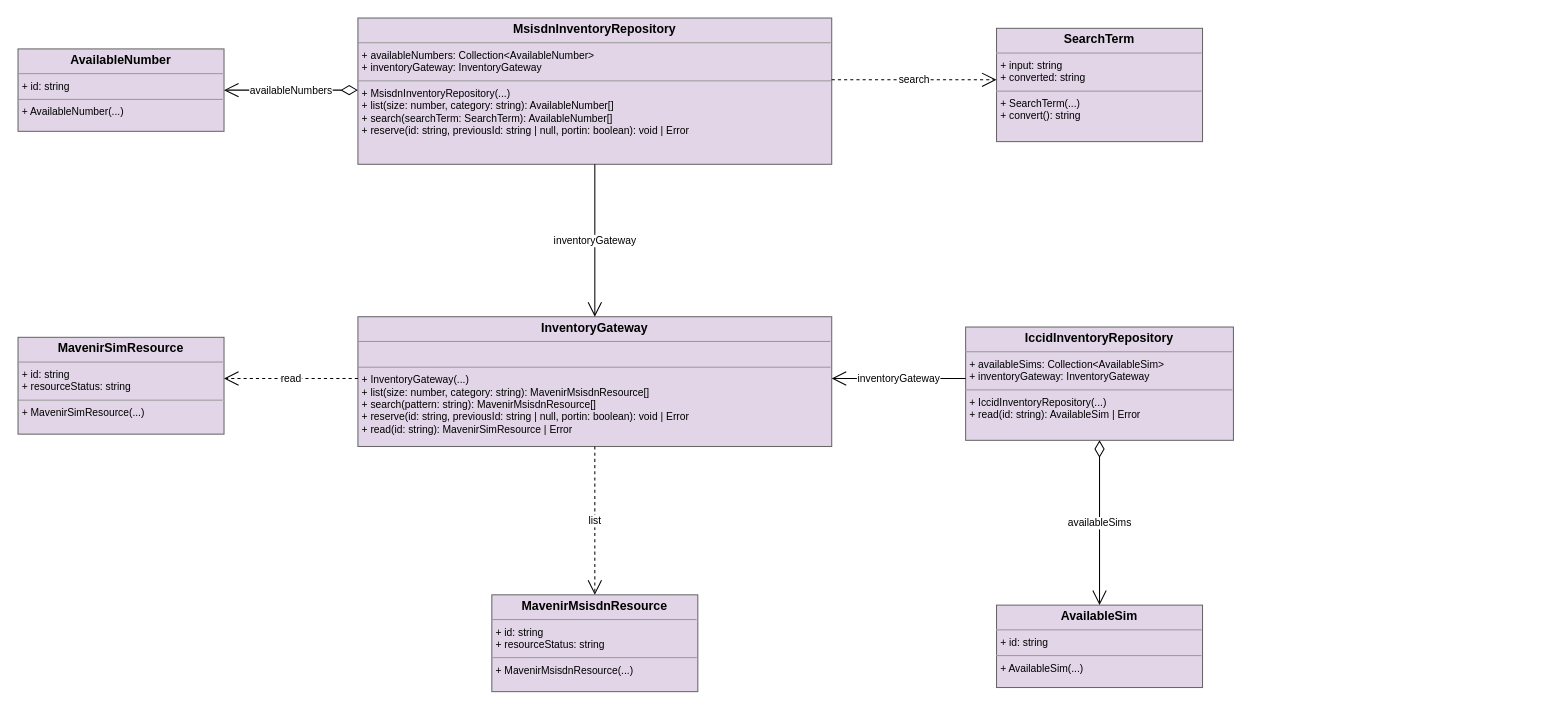
Before: cdd_guidance/practices/clean_engineering/model/_examples/actual/from-drawio/to-drawio/number/numbers.drawio in abd-works/abd-context-driven-delivery, a draw.io diagram. Source tidied: cells renumbered, new cells numbered last; positions are measured from the earlier drawing's top-left corner, leaving out a move shared by most shapes. Both pictures are drawn from the tidied source at 103%, with x=0, y=0 at pixel (18, 18).
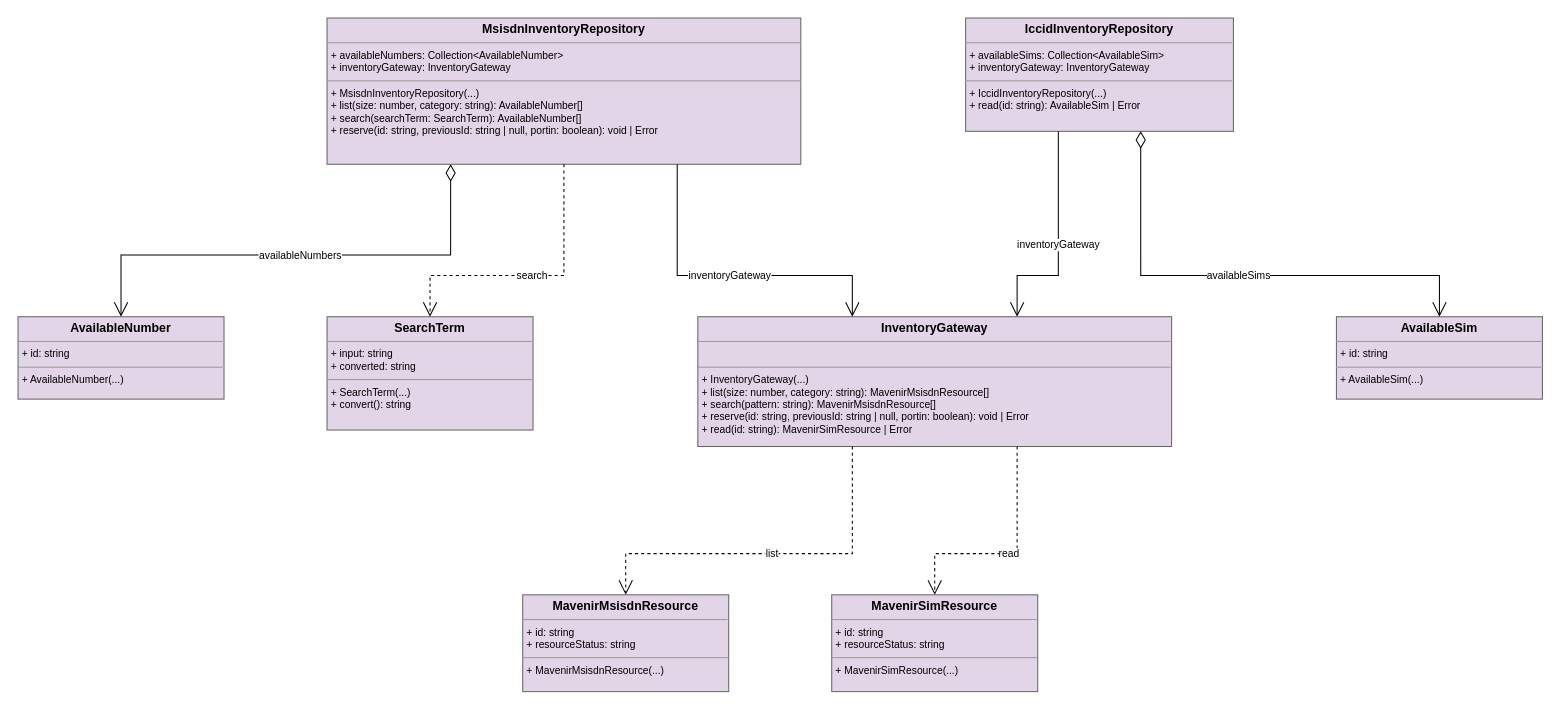
The same page after the edit.

What changed in the source:
```diff
@@
     <mxCell id="2" value="&lt;p style=&quot;margin:0px;margin-top:4px;text-align:center;&quot;&gt;&lt;b&gt;MsisdnInventoryRepository&lt;/b&gt;&lt;/p&gt;&lt;hr size=&quot;1&quot;/&gt;&lt;p style=&quot;margin:0px;margin-left:4px;font-size:10px;&quot;&gt;+ availableNumbers: Collection&amp;lt;AvailableNumber&amp;gt;&lt;br/&gt;+ inventoryGateway: InventoryGateway&lt;br/&gt;&lt;/p&gt;&lt;hr size=&quot;1&quot;/&gt;&lt;p style=&quot;margin:0px;margin-left:4px;font-size:10px;&quot;&gt;+ MsisdnInventoryRepository(...)&lt;br/&gt;+ list(size: number, category: string): AvailableNumber[]&lt;br/&gt;+ search(searchTerm: SearchTerm): AvailableNumber[]&lt;br/&gt;+ reserve(id: string, previousId: string | null, portin: boolean): void | Error&lt;br/&gt;&lt;/p&gt;" style="verticalAlign=top;align=left;overflow=fill;fontSize=12;fontFamily=Helvetica;html=1;whiteSpace=wrap;fillColor=#e1d5e7;strokeColor=#666666;module=Numbers and SIMs;" parent="1" vertex="1">
-      <mxGeometry x="330" width="460" height="142" as="geometry" />
+      <mxGeometry x="300" width="460" height="142" as="geometry" />
     </mxCell>
     <mxCell id="3" value="&lt;p style=&quot;margin:0px;margin-top:4px;text-align:center;&quot;&gt;&lt;b&gt;IccidInventoryRepository&lt;/b&gt;&lt;/p&gt;&lt;hr size=&quot;1&quot;/&gt;&lt;p style=&quot;margin:0px;margin-left:4px;font-size:10px;&quot;&gt;+ availableSims: Collection&amp;lt;AvailableSim&amp;gt;&lt;br/&gt;+ inventoryGateway: InventoryGateway&lt;br/&gt;&lt;/p&gt;&lt;hr size=&quot;1&quot;/&gt;&lt;p style=&quot;margin:0px;margin-left:4px;font-size:10px;&quot;&gt;+ IccidInventoryRepository(...)&lt;br/&gt;+ read(id: string): AvailableSim | Error&lt;br/&gt;&lt;/p&gt;" style="verticalAlign=top;align=left;overflow=fill;fontSize=12;fontFamily=Helvetica;html=1;whiteSpace=wrap;fillColor=#e1d5e7;strokeColor=#666666;module=Numbers and SIMs;" parent="1" vertex="1">
-      <mxGeometry x="920" y="300" width="260" height="110" as="geometry" />
+      <mxGeometry x="920" width="260" height="110" as="geometry" />
     </mxCell>
     <mxCell id="4" value="&lt;p style=&quot;margin:0px;margin-top:4px;text-align:center;&quot;&gt;&lt;b&gt;AvailableNumber&lt;/b&gt;&lt;/p&gt;&lt;hr size=&quot;1&quot;/&gt;&lt;p style=&quot;margin:0px;margin-left:4px;font-size:10px;&quot;&gt;+ id: string&lt;br/&gt;&lt;/p&gt;&lt;hr size=&quot;1&quot;/&gt;&lt;p style=&quot;margin:0px;margin-left:4px;font-size:10px;&quot;&gt;+ AvailableNumber(...)&lt;br/&gt;&lt;/p&gt;" style="verticalAlign=top;align=left;overflow=fill;fontSize=12;fontFamily=Helvetica;html=1;whiteSpace=wrap;fillColor=#e1d5e7;strokeColor=#666666;module=Numbers and SIMs;" parent="1" vertex="1">
-      <mxGeometry y="30" width="200" height="80" as="geometry" />
+      <mxGeometry y="290" width="200" height="80" as="geometry" />
     </mxCell>
     <mxCell id="5" value="&lt;p style=&quot;margin:0px;margin-top:4px;text-align:center;&quot;&gt;&lt;b&gt;AvailableSim&lt;/b&gt;&lt;/p&gt;&lt;hr size=&quot;1&quot;/&gt;&lt;p style=&quot;margin:0px;margin-left:4px;font-size:10px;&quot;&gt;+ id: string&lt;br/&gt;&lt;/p&gt;&lt;hr size=&quot;1&quot;/&gt;&lt;p style=&quot;margin:0px;margin-left:4px;font-size:10px;&quot;&gt;+ AvailableSim(...)&lt;br/&gt;&lt;/p&gt;" style="verticalAlign=top;align=left;overflow=fill;fontSize=12;fontFamily=Helvetica;html=1;whiteSpace=wrap;fillColor=#e1d5e7;strokeColor=#666666;module=Numbers and SIMs;" parent="1" vertex="1">
-      <mxGeometry x="950" y="570" width="200" height="80" as="geometry" />
+      <mxGeometry x="1280" y="290" width="200" height="80" as="geometry" />
     </mxCell>
     <mxCell id="6" value="&lt;p style=&quot;margin:0px;margin-top:4px;text-align:center;&quot;&gt;&lt;b&gt;SearchTerm&lt;/b&gt;&lt;/p&gt;&lt;hr size=&quot;1&quot;/&gt;&lt;p style=&quot;margin:0px;margin-left:4px;font-size:10px;&quot;&gt;+ input: string&lt;br/&gt;+ converted: string&lt;br/&gt;&lt;/p&gt;&lt;hr size=&quot;1&quot;/&gt;&lt;p style=&quot;margin:0px;margin-left:4px;font-size:10px;&quot;&gt;+ SearchTerm(...)&lt;br/&gt;+ convert(): string&lt;br/&gt;&lt;/p&gt;" style="verticalAlign=top;align=left;overflow=fill;fontSize=12;fontFamily=Helvetica;html=1;whiteSpace=wrap;fillColor=#e1d5e7;strokeColor=#666666;module=Numbers and SIMs;" parent="1" vertex="1">
-      <mxGeometry x="950" y="10" width="200" height="110" as="geometry" />
+      <mxGeometry x="300" y="290" width="200" height="110" as="geometry" />
     </mxCell>
     <mxCell id="7" value="&lt;p style=&quot;margin:0px;margin-top:4px;text-align:center;&quot;&gt;&lt;b&gt;MavenirMsisdnResource&lt;/b&gt;&lt;/p&gt;&lt;hr size=&quot;1&quot;/&gt;&lt;p style=&quot;margin:0px;margin-left:4px;font-size:10px;&quot;&gt;+ id: string&lt;br/&gt;+ resourceStatus: string&lt;br/&gt;&lt;/p&gt;&lt;hr size=&quot;1&quot;/&gt;&lt;p style=&quot;margin:0px;margin-left:4px;font-size:10px;&quot;&gt;+ MavenirMsisdnResource(...)&lt;br/&gt;&lt;/p&gt;" style="verticalAlign=top;align=left;overflow=fill;fontSize=12;fontFamily=Helvetica;html=1;whiteSpace=wrap;fillColor=#e1d5e7;strokeColor=#666666;module=Numbers and SIMs;" parent="1" vertex="1">
-      <mxGeometry x="460" y="560" width="200" height="94" as="geometry" />
+      <mxGeometry x="490" y="560" width="200" height="94" as="geometry" />
     </mxCell>
     <mxCell id="8" value="&lt;p style=&quot;margin:0px;margin-top:4px;text-align:center;&quot;&gt;&lt;b&gt;InventoryGateway&lt;/b&gt;&lt;/p&gt;&lt;hr size=&quot;1&quot;/&gt;&lt;p style=&quot;margin:0px;margin-left:4px;font-size:10px;&quot;&gt;&lt;br/&gt;&lt;/p&gt;&lt;hr size=&quot;1&quot;/&gt;&lt;p style=&quot;margin:0px;margin-left:4px;font-size:10px;&quot;&gt;+ InventoryGateway(...)&lt;br/&gt;+ list(size: number, category: string): MavenirMsisdnResource[]&lt;br/&gt;+ search(pattern: string): MavenirMsisdnResource[]&lt;br/&gt;+ reserve(id: string, previousId: string | null, portin: boolean): void | Error&lt;br/&gt;+ read(id: string): MavenirSimResource | Error&lt;br/&gt;&lt;/p&gt;" style="verticalAlign=top;align=left;overflow=fill;fontSize=12;fontFamily=Helvetica;html=1;whiteSpace=wrap;fillColor=#e1d5e7;strokeColor=#666666;module=Numbers and SIMs;" parent="1" vertex="1">
-      <mxGeometry x="330" y="290" width="460" height="126" as="geometry" />
+      <mxGeometry x="660" y="290" width="460" height="126" as="geometry" />
     </mxCell>
     <mxCell id="9" value="&lt;p style=&quot;margin:0px;margin-top:4px;text-align:center;&quot;&gt;&lt;b&gt;MavenirSimResource&lt;/b&gt;&lt;/p&gt;&lt;hr size=&quot;1&quot;/&gt;&lt;p style=&quot;margin:0px;margin-left:4px;font-size:10px;&quot;&gt;+ id: string&lt;br/&gt;+ resourceStatus: string&lt;br/&gt;&lt;/p&gt;&lt;hr size=&quot;1&quot;/&gt;&lt;p style=&quot;margin:0px;margin-left:4px;font-size:10px;&quot;&gt;+ MavenirSimResource(...)&lt;br/&gt;&lt;/p&gt;" style="verticalAlign=top;align=left;overflow=fill;fontSize=12;fontFamily=Helvetica;html=1;whiteSpace=wrap;fillColor=#e1d5e7;strokeColor=#666666;module=Numbers and SIMs;" parent="1" vertex="1">
-      <mxGeometry y="310" width="200" height="94" as="geometry" />
+      <mxGeometry x="790" y="560" width="200" height="94" as="geometry" />
     </mxCell>
-    <mxCell id="10" value="availableNumbers" style="edgeStyle=orthogonalEdgeStyle;rounded=0;html=1;fontSize=10;labelBackgroundColor=#ffffff;startArrow=diamondThin;startFill=0;startSize=14;endArrow=open;endSize=12;exitX=0.0;exitY=0.493;exitDx=0;exitDy=0;exitPerimeter=0;entryX=1.0;entryY=0.5;entryDx=0;entryDy=0;entryPerimeter=0;" parent="1" edge="1" source="2" target="4">
-      <mxGeometry relative="1" as="geometry" />
+    <mxCell id="10" value="availableNumbers" style="edgeStyle=orthogonalEdgeStyle;rounded=0;html=1;fontSize=10;labelBackgroundColor=#ffffff;startArrow=diamondThin;startFill=0;startSize=14;endArrow=open;endSize=12;exitX=0.2609;exitY=1.0;exitDx=0;exitDy=0;exitPerimeter=0;entryX=0.5;entryY=0.0;entryDx=0;entryDy=0;entryPerimeter=0;" parent="1" edge="1" source="2" target="4">
+      <mxGeometry relative="1" as="geometry">
+        <Array as="points">
+          <mxPoint x="420" y="230" />
+          <mxPoint x="100" y="230" />
+        </Array>
+      </mxGeometry>
     </mxCell>
-    <mxCell id="11" value="inventoryGateway" style="edgeStyle=orthogonalEdgeStyle;rounded=0;html=1;fontSize=10;labelBackgroundColor=#ffffff;endArrow=open;endSize=12;exitX=0.5;exitY=1.0;exitDx=0;exitDy=0;exitPerimeter=0;entryX=0.5;entryY=0.0;entryDx=0;entryDy=0;entryPerimeter=0;" parent="1" edge="1" source="2" target="8">
-      <mxGeometry relative="1" as="geometry" />
+    <mxCell id="11" value="inventoryGateway" style="edgeStyle=orthogonalEdgeStyle;rounded=0;html=1;fontSize=10;labelBackgroundColor=#ffffff;endArrow=open;endSize=12;exitX=0.7391;exitY=1.0;exitDx=0;exitDy=0;exitPerimeter=0;entryX=0.3261;entryY=0.0;entryDx=0;entryDy=0;entryPerimeter=0;" parent="1" edge="1" source="2" target="8">
+      <mxGeometry relative="1" as="geometry">
+        <Array as="points">
+          <mxPoint x="640" y="250" />
+          <mxPoint x="810" y="250" />
+        </Array>
+      </mxGeometry>
     </mxCell>
-    <mxCell id="12" value="availableSims" style="edgeStyle=orthogonalEdgeStyle;rounded=0;html=1;fontSize=10;labelBackgroundColor=#ffffff;startArrow=diamondThin;startFill=0;startSize=14;endArrow=open;endSize=12;exitX=0.5;exitY=1.0;exitDx=0;exitDy=0;exitPerimeter=0;entryX=0.5;entryY=0.0;entryDx=0;entryDy=0;entryPerimeter=0;" parent="1" edge="1" source="3" target="5">
-      <mxGeometry relative="1" as="geometry" />
+    <mxCell id="12" value="availableSims" style="edgeStyle=orthogonalEdgeStyle;rounded=0;html=1;fontSize=10;labelBackgroundColor=#ffffff;startArrow=diamondThin;startFill=0;startSize=14;endArrow=open;endSize=12;exitX=0.6538;exitY=1.0;exitDx=0;exitDy=0;exitPerimeter=0;entryX=0.5;entryY=0.0;entryDx=0;entryDy=0;entryPerimeter=0;" parent="1" edge="1" source="3" target="5">
+      <mxGeometry relative="1" as="geometry">
+        <Array as="points">
+          <mxPoint x="1090" y="250" />
+          <mxPoint x="1380" y="250" />
+        </Array>
+      </mxGeometry>
     </mxCell>
-    <mxCell id="13" value="inventoryGateway" style="edgeStyle=orthogonalEdgeStyle;rounded=0;html=1;fontSize=10;labelBackgroundColor=#ffffff;endArrow=open;endSize=12;exitX=0.0;exitY=0.4545;exitDx=0;exitDy=0;exitPerimeter=0;entryX=1.0;entryY=0.4762;entryDx=0;entryDy=0;entryPerimeter=0;" parent="1" edge="1" source="3" target="8">
-      <mxGeometry relative="1" as="geometry" />
+    <mxCell id="13" value="inventoryGateway" style="edgeStyle=orthogonalEdgeStyle;rounded=0;html=1;fontSize=10;labelBackgroundColor=#ffffff;endArrow=open;endSize=12;exitX=0.3462;exitY=1.0;exitDx=0;exitDy=0;exitPerimeter=0;entryX=0.6739;entryY=0.0;entryDx=0;entryDy=0;entryPerimeter=0;" parent="1" edge="1" source="3" target="8">
+      <mxGeometry relative="1" as="geometry">
+        <Array as="points">
+          <mxPoint x="1010" y="250" />
+          <mxPoint x="970" y="250" />
+        </Array>
+      </mxGeometry>
     </mxCell>
-    <mxCell id="14" value="list" style="edgeStyle=orthogonalEdgeStyle;rounded=0;html=1;fontSize=10;labelBackgroundColor=#ffffff;dashed=1;endArrow=open;endSize=12;exitX=0.5;exitY=1.0;exitDx=0;exitDy=0;exitPerimeter=0;entryX=0.5;entryY=0.0;entryDx=0;entryDy=0;entryPerimeter=0;" parent="1" edge="1" source="8" target="7">
-      <mxGeometry relative="1" as="geometry" />
+    <mxCell id="14" value="list" style="edgeStyle=orthogonalEdgeStyle;rounded=0;html=1;fontSize=10;labelBackgroundColor=#ffffff;dashed=1;endArrow=open;endSize=12;exitX=0.3261;exitY=1.0;exitDx=0;exitDy=0;exitPerimeter=0;entryX=0.5;entryY=0.0;entryDx=0;entryDy=0;entryPerimeter=0;" parent="1" edge="1" source="8" target="7">
+      <mxGeometry relative="1" as="geometry">
+        <Array as="points">
+          <mxPoint x="810" y="520" />
+          <mxPoint x="590" y="520" />
+        </Array>
+      </mxGeometry>
     </mxCell>
-    <mxCell id="15" value="read" style="edgeStyle=orthogonalEdgeStyle;rounded=0;html=1;fontSize=10;labelBackgroundColor=#ffffff;dashed=1;endArrow=open;endSize=12;exitX=0.0;exitY=0.4762;exitDx=0;exitDy=0;exitPerimeter=0;entryX=1.0;entryY=0.4255;entryDx=0;entryDy=0;entryPerimeter=0;" parent="1" edge="1" source="8" target="9">
-      <mxGeometry relative="1" as="geometry" />
+    <mxCell id="15" value="read" style="edgeStyle=orthogonalEdgeStyle;rounded=0;html=1;fontSize=10;labelBackgroundColor=#ffffff;dashed=1;endArrow=open;endSize=12;exitX=0.6739;exitY=1.0;exitDx=0;exitDy=0;exitPerimeter=0;entryX=0.5;entryY=0.0;entryDx=0;entryDy=0;entryPerimeter=0;" parent="1" edge="1" source="8" target="9">
+      <mxGeometry relative="1" as="geometry">
+        <Array as="points">
+          <mxPoint x="970" y="520" />
+          <mxPoint x="890" y="520" />
+        </Array>
+      </mxGeometry>
     </mxCell>
-    <mxCell id="16" value="search" style="edgeStyle=orthogonalEdgeStyle;rounded=0;html=1;fontSize=10;labelBackgroundColor=#ffffff;dashed=1;endArrow=open;endSize=12;exitX=1.0;exitY=0.4225;exitDx=0;exitDy=0;exitPerimeter=0;entryX=0.0;entryY=0.4545;entryDx=0;entryDy=0;entryPerimeter=0;" parent="1" edge="1" source="2" target="6">
-      <mxGeometry relative="1" as="geometry" />
+    <mxCell id="16" value="search" style="edgeStyle=orthogonalEdgeStyle;rounded=0;html=1;fontSize=10;labelBackgroundColor=#ffffff;dashed=1;endArrow=open;endSize=12;exitX=0.5;exitY=1.0;exitDx=0;exitDy=0;exitPerimeter=0;entryX=0.5;entryY=0.0;entryDx=0;entryDy=0;entryPerimeter=0;" parent="1" edge="1" source="2" target="6">
+      <mxGeometry relative="1" as="geometry">
+        <Array as="points">
+          <mxPoint x="530" y="250" />
+          <mxPoint x="400" y="250" />
+        </Array>
+      </mxGeometry>
     </mxCell>
```
